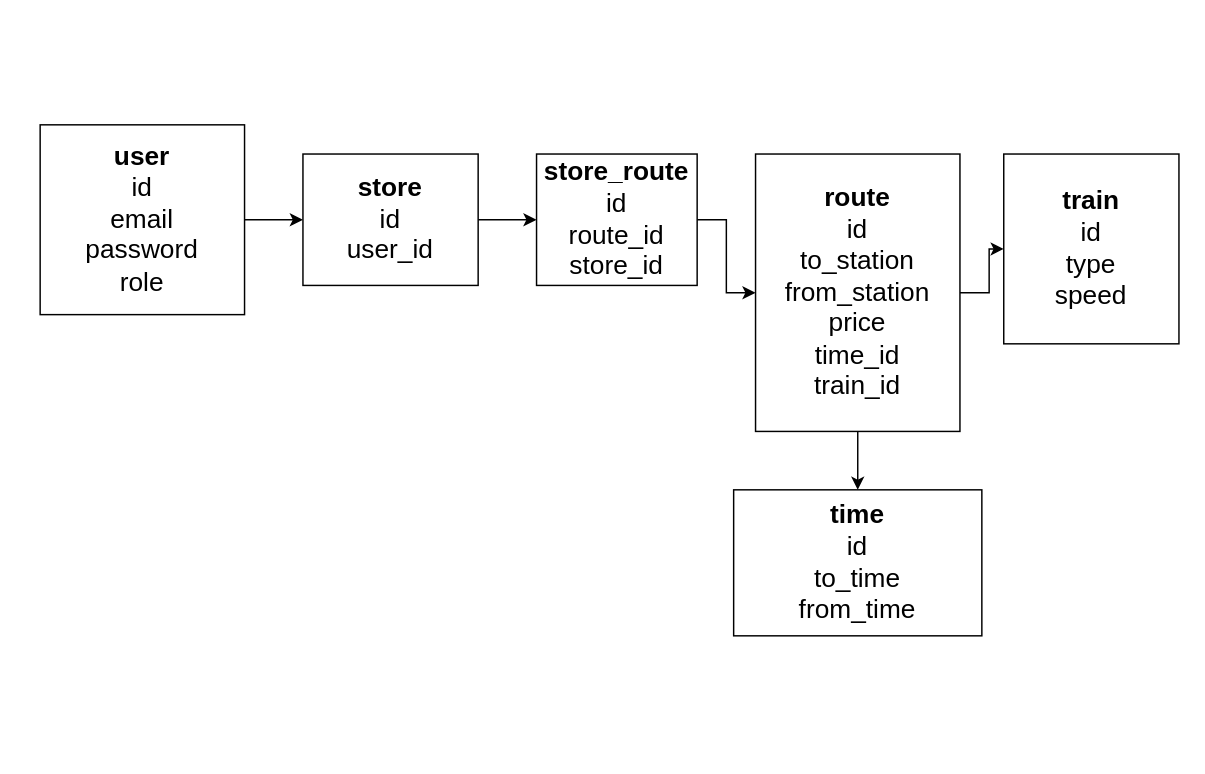
This is server/scheme/Railway Information System.drawio from MeNoobly/Railway-Information-System, a draw.io file, before an edit. Source tidied: cells renumbered, new cells numbered last; positions are measured from the earlier drawing's top-left corner, leaving out a move shared by most shapes. Both pictures are drawn from the tidied source at 146%, with x=0, y=0 at pixel (39, 124).
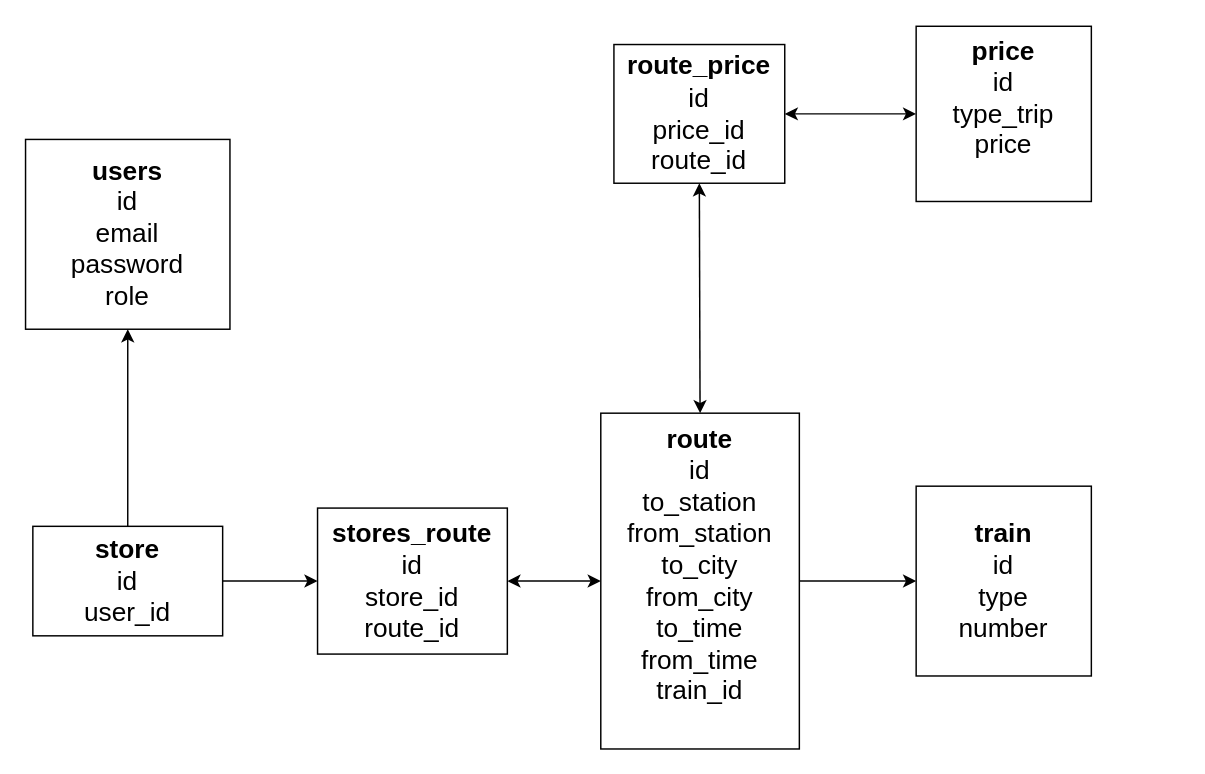
The same page after the edit.

Change to the diagram source:
```diff
@@
 <mxGraphModel>
   <root>
     <mxCell id="0" />
     <mxCell id="1" parent="0" />
-    <mxCell id="2" style="edgeStyle=orthogonalEdgeStyle;rounded=0;jettySize=auto;html=1;" parent="1" edge="1" source="3" target="9">
-      <mxGeometry relative="1" as="geometry" />
-    </mxCell>
-    <mxCell id="3" value="&lt;font style=&quot;font-size: 18px;&quot;&gt;&lt;b&gt;user&lt;/b&gt;&lt;br&gt;id&lt;br&gt;email&lt;br&gt;password&lt;br&gt;role&lt;/font&gt;" style="rounded=0;whiteSpace=wrap;html=1;" parent="1" vertex="1">
-      <mxGeometry width="140" height="130" as="geometry" />
+    <mxCell id="3" value="&lt;font style=&quot;font-size: 18px;&quot;&gt;&lt;b&gt;users&lt;/b&gt;&lt;br&gt;id&lt;br&gt;email&lt;br&gt;password&lt;br&gt;role&lt;/font&gt;" style="rounded=0;whiteSpace=wrap;html=1;" parent="1" vertex="1">
+      <mxGeometry x="-10" y="10" width="140" height="130" as="geometry" />
     </mxCell>
-    <mxCell id="4" value="&lt;font style=&quot;font-size: 18px;&quot;&gt;&lt;b style=&quot;&quot;&gt;train&lt;/b&gt;&lt;br&gt;id&lt;br&gt;type&lt;br&gt;speed&lt;br&gt;&lt;/font&gt;" style="rounded=0;whiteSpace=wrap;html=1;" parent="1" vertex="1">
-      <mxGeometry x="660" y="20" width="120" height="130" as="geometry" />
+    <mxCell id="4" value="&lt;font style=&quot;font-size: 18px;&quot;&gt;&lt;b style=&quot;&quot;&gt;train&lt;/b&gt;&lt;br&gt;id&lt;br&gt;type&lt;br&gt;number&lt;br&gt;&lt;/font&gt;" style="rounded=0;whiteSpace=wrap;html=1;" parent="1" vertex="1">
+      <mxGeometry x="600" y="247.5" width="120" height="130" as="geometry" />
     </mxCell>
     <mxCell id="5" style="edgeStyle=orthogonalEdgeStyle;rounded=0;jettySize=auto;html=1;" parent="1" edge="1" source="7" target="4">
       <mxGeometry relative="1" as="geometry" />
     </mxCell>
-    <mxCell id="6" style="edgeStyle=orthogonalEdgeStyle;rounded=0;jettySize=auto;html=1;" parent="1" edge="1" source="7" target="12">
-      <mxGeometry relative="1" as="geometry" />
-    </mxCell>
-    <mxCell id="7" value="&lt;font style=&quot;font-size: 18px;&quot;&gt;&lt;b&gt;route&lt;/b&gt;&lt;br&gt;id&lt;br&gt;to_station&lt;br style=&quot;border-color: var(--border-color);&quot;&gt;from_station&lt;br&gt;price&lt;br&gt;time_id&lt;br&gt;train_id&lt;br&gt;&lt;/font&gt;" style="rounded=0;whiteSpace=wrap;html=1;" parent="1" vertex="1">
-      <mxGeometry x="490" y="20" width="140" height="190" as="geometry" />
+    <mxCell id="7" value="&lt;font style=&quot;font-size: 18px;&quot;&gt;&lt;b&gt;route&lt;/b&gt;&lt;br&gt;id&lt;br&gt;to_station&lt;br style=&quot;border-color: var(--border-color);&quot;&gt;from_station&lt;br&gt;to_city&lt;br&gt;from_city&lt;br&gt;to_time&lt;br&gt;from_time&lt;br&gt;train_id&lt;br&gt;&lt;br&gt;&lt;/font&gt;" style="rounded=0;whiteSpace=wrap;html=1;" parent="1" vertex="1">
+      <mxGeometry x="384" y="197.5" width="136" height="230" as="geometry" />
     </mxCell>
-    <mxCell id="8" style="edgeStyle=orthogonalEdgeStyle;rounded=0;jettySize=auto;html=1;" parent="1" edge="1" source="9" target="11">
-      <mxGeometry relative="1" as="geometry" />
-    </mxCell>
-    <mxCell id="9" value="&lt;font style=&quot;font-size: 18px;&quot;&gt;&lt;b&gt;store&lt;br&gt;&lt;/b&gt;id&lt;br&gt;user_id&lt;br&gt;&lt;/font&gt;" style="rounded=0;whiteSpace=wrap;html=1;" parent="1" vertex="1">
-      <mxGeometry x="180" y="20" width="120" height="90" as="geometry" />
+    <mxCell id="9" value="&lt;font style=&quot;font-size: 18px;&quot;&gt;&lt;b&gt;stores_route&lt;br&gt;&lt;/b&gt;id&lt;br&gt;store_id&lt;br&gt;route_id&lt;br&gt;&lt;/font&gt;" style="rounded=0;whiteSpace=wrap;html=1;" parent="1" vertex="1">
+      <mxGeometry x="190" y="262.5" width="130" height="100" as="geometry" />
     </mxCell>
-    <mxCell id="10" style="edgeStyle=orthogonalEdgeStyle;rounded=0;jettySize=auto;html=1;" parent="1" edge="1" source="11" target="7">
-      <mxGeometry relative="1" as="geometry" />
-    </mxCell>
-    <mxCell id="11" value="&lt;font style=&quot;font-size: 18px;&quot;&gt;&lt;b&gt;store_route&lt;br&gt;&lt;/b&gt;id&lt;br&gt;route_id&lt;br&gt;store_id&lt;/font&gt;" style="rounded=0;whiteSpace=wrap;html=1;" parent="1" vertex="1">
-      <mxGeometry x="340" y="20" width="110" height="90" as="geometry" />
-    </mxCell>
-    <mxCell id="12" value="&lt;font style=&quot;font-size: 18px;&quot;&gt;&lt;b&gt;time&lt;br&gt;&lt;/b&gt;id&lt;br&gt;to_time&lt;br&gt;from_time&lt;br&gt;&lt;/font&gt;" style="rounded=0;whiteSpace=wrap;html=1;" parent="1" vertex="1">
-      <mxGeometry x="475" y="250" width="170" height="100" as="geometry" />
-    </mxCell>
+    <mxCell id="13" value="&lt;font style=&quot;font-size: 18px;&quot;&gt;&lt;b&gt;price&lt;/b&gt;&lt;br&gt;id&lt;br&gt;type_trip&lt;br&gt;price&lt;br&gt;&lt;br&gt;&lt;/font&gt;" style="rounded=0;whiteSpace=wrap;html=1;" parent="1" vertex="1">
+      <mxGeometry x="600" y="-67.5" width="120" height="120" as="geometry" />
+    </mxCell>
+    <mxCell id="14" value="&lt;font style=&quot;font-size: 18px;&quot;&gt;&lt;b&gt;route_price&lt;br&gt;&lt;/b&gt;id&lt;br&gt;price_id&lt;br&gt;route_id&lt;br&gt;&lt;/font&gt;" style="rounded=0;whiteSpace=wrap;html=1;" parent="1" vertex="1">
+      <mxGeometry x="393" y="-55" width="117" height="95" as="geometry" />
+    </mxCell>
+    <mxCell id="15" style="endArrow=classic;startArrow=classic;html=1;rounded=0;exitX=1;exitY=0.5;exitDx=0;exitDy=0;entryX=0;entryY=0.5;entryDx=0;entryDy=0;" parent="1" edge="1" source="9" target="7">
+      <mxGeometry relative="1" as="geometry" />
+    </mxCell>
+    <mxCell id="16" style="endArrow=classic;startArrow=classic;html=1;rounded=0;exitX=0.5;exitY=1;exitDx=0;exitDy=0;entryX=0.5;entryY=0;entryDx=0;entryDy=0;" parent="1" edge="1" source="14" target="7">
+      <mxGeometry relative="1" as="geometry" />
+    </mxCell>
+    <mxCell id="17" style="endArrow=classic;startArrow=classic;html=1;rounded=0;exitX=1;exitY=0.5;exitDx=0;exitDy=0;entryX=0;entryY=0.5;entryDx=0;entryDy=0;" parent="1" edge="1" source="14" target="13">
+      <mxGeometry relative="1" as="geometry" />
+    </mxCell>
+    <mxCell id="18" style="edgeStyle=orthogonalEdgeStyle;rounded=0;jettySize=auto;html=1;" parent="1" edge="1" source="20" target="9">
+      <mxGeometry relative="1" as="geometry" />
+    </mxCell>
+    <mxCell id="19" style="edgeStyle=orthogonalEdgeStyle;rounded=0;jettySize=auto;html=1;exitX=0.5;exitY=0;exitDx=0;exitDy=0;entryX=0.5;entryY=1;entryDx=0;entryDy=0;" parent="1" edge="1" source="20" target="3">
+      <mxGeometry relative="1" as="geometry" />
+    </mxCell>
+    <mxCell id="20" value="&lt;font style=&quot;font-size: 18px;&quot;&gt;&lt;b&gt;store&lt;/b&gt;&lt;br&gt;id&lt;br&gt;user_id&lt;/font&gt;" style="rounded=0;whiteSpace=wrap;html=1;" parent="1" vertex="1">
+      <mxGeometry x="-5" y="275" width="130" height="75" as="geometry" />
+    </mxCell>
   </root>
 </mxGraphModel>
```
